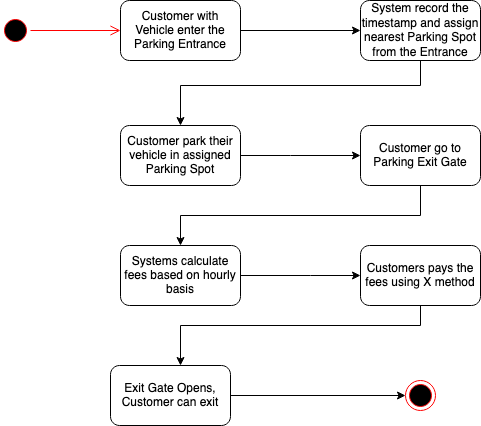
This is diagrams/user-journey-system-flow.png from zhorifiandi/LLD, a draw.io export, as it was before one commit. Source tidied: cells renumbered, new cells last; positions are measured from the earlier drawing's top-left corner, leaving out a move shared by most shapes. Source of this version:
```xml
<mxGraphModel>
  <root>
    <mxCell id="0" />
    <mxCell id="1" parent="0" />
    <mxCell id="2" style="ellipse;html=1;shape=startState;fillColor=#000000;strokeColor=#ff0000;" parent="1" vertex="1">
      <mxGeometry y="15" width="30" height="30" as="geometry" />
    </mxCell>
    <mxCell id="3" style="edgeStyle=orthogonalEdgeStyle;html=1;verticalAlign=bottom;endArrow=open;endSize=8;strokeColor=#ff0000;rounded=0;entryX=0;entryY=0.5;entryDx=0;entryDy=0;" parent="1" edge="1" source="2" target="5">
      <mxGeometry relative="1" as="geometry" />
    </mxCell>
    <mxCell id="4" style="edgeStyle=orthogonalEdgeStyle;rounded=0;jettySize=auto;html=1;" parent="1" edge="1" source="5" target="7">
      <mxGeometry relative="1" as="geometry" />
    </mxCell>
    <mxCell id="5" value="Customer with Vehicle enter the Parking Entrance" style="rounded=1;whiteSpace=wrap;html=1;" parent="1" vertex="1">
      <mxGeometry x="120" width="120" height="60" as="geometry" />
    </mxCell>
    <mxCell id="6" style="edgeStyle=orthogonalEdgeStyle;rounded=0;jettySize=auto;html=1;" parent="1" edge="1" source="7" target="9">
      <mxGeometry relative="1" as="geometry">
        <Array as="points">
          <mxPoint x="420" y="85" />
          <mxPoint x="180" y="85" />
        </Array>
      </mxGeometry>
    </mxCell>
    <mxCell id="7" value="System record the timestamp and assign nearest Parking Spot from the Entrance" style="rounded=1;whiteSpace=wrap;html=1;" parent="1" vertex="1">
      <mxGeometry x="360" width="120" height="60" as="geometry" />
    </mxCell>
    <mxCell id="8" style="edgeStyle=orthogonalEdgeStyle;rounded=0;jettySize=auto;html=1;" parent="1" edge="1" source="9" target="11">
      <mxGeometry relative="1" as="geometry">
        <Array as="points">
          <mxPoint x="290" y="155" />
          <mxPoint x="290" y="155" />
        </Array>
      </mxGeometry>
    </mxCell>
    <mxCell id="9" value="Customer park their vehicle in assigned Parking Spot" style="rounded=1;whiteSpace=wrap;html=1;" parent="1" vertex="1">
      <mxGeometry x="120" y="125" width="120" height="60" as="geometry" />
    </mxCell>
    <mxCell id="10" style="edgeStyle=orthogonalEdgeStyle;rounded=0;jettySize=auto;html=1;" parent="1" edge="1" source="11" target="13">
      <mxGeometry relative="1" as="geometry">
        <Array as="points">
          <mxPoint x="420" y="215" />
          <mxPoint x="180" y="215" />
        </Array>
      </mxGeometry>
    </mxCell>
    <mxCell id="11" value="Customer go to Parking Exit Gate" style="rounded=1;whiteSpace=wrap;html=1;" parent="1" vertex="1">
      <mxGeometry x="360" y="125" width="120" height="60" as="geometry" />
    </mxCell>
    <mxCell id="12" style="edgeStyle=orthogonalEdgeStyle;rounded=0;jettySize=auto;html=1;" parent="1" edge="1" source="13" target="15">
      <mxGeometry relative="1" as="geometry">
        <Array as="points">
          <mxPoint x="310" y="275" />
          <mxPoint x="310" y="275" />
        </Array>
      </mxGeometry>
    </mxCell>
    <mxCell id="13" value="Systems calculate fees based on hourly basis" style="rounded=1;whiteSpace=wrap;html=1;" parent="1" vertex="1">
      <mxGeometry x="120" y="245" width="120" height="60" as="geometry" />
    </mxCell>
    <mxCell id="14" style="edgeStyle=orthogonalEdgeStyle;rounded=0;jettySize=auto;html=1;" parent="1" edge="1" source="15" target="17">
      <mxGeometry relative="1" as="geometry">
        <Array as="points">
          <mxPoint x="420" y="325" />
          <mxPoint x="180" y="325" />
        </Array>
      </mxGeometry>
    </mxCell>
    <mxCell id="15" value="Customers pays the fees using X method" style="rounded=1;whiteSpace=wrap;html=1;" parent="1" vertex="1">
      <mxGeometry x="360" y="245" width="120" height="60" as="geometry" />
    </mxCell>
    <mxCell id="16" style="edgeStyle=orthogonalEdgeStyle;rounded=0;jettySize=auto;html=1;exitX=1;exitY=0.5;exitDx=0;exitDy=0;entryX=0;entryY=0.5;entryDx=0;entryDy=0;" parent="1" edge="1" source="17" target="18">
      <mxGeometry relative="1" as="geometry" />
    </mxCell>
    <mxCell id="17" value="Exit Gate Opens, Customer can exit" style="rounded=1;whiteSpace=wrap;html=1;" parent="1" vertex="1">
      <mxGeometry x="110" y="365" width="120" height="60" as="geometry" />
    </mxCell>
    <mxCell id="18" style="ellipse;html=1;shape=endState;fillColor=#000000;strokeColor=#ff0000;" parent="1" vertex="1">
      <mxGeometry x="405" y="380" width="30" height="30" as="geometry" />
    </mxCell>
  </root>
</mxGraphModel>
```
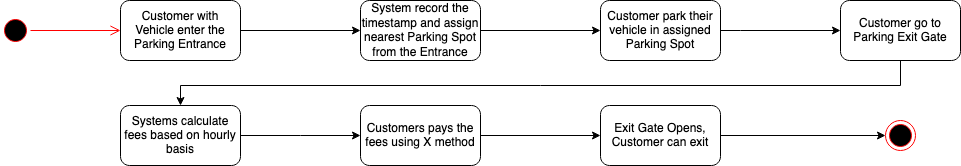
After the change.

What changed in the source:
```diff
@@ -17,66 +17,61 @@
     <mxCell id="6" style="edgeStyle=orthogonalEdgeStyle;rounded=0;jettySize=auto;html=1;" parent="1" edge="1" source="7" target="9">
       <mxGeometry relative="1" as="geometry">
         <Array as="points">
-          <mxPoint x="420" y="85" />
-          <mxPoint x="180" y="85" />
+          <mxPoint x="480" y="30" />
+          <mxPoint x="480" y="30" />
         </Array>
       </mxGeometry>
     </mxCell>
     <mxCell id="7" value="System record the timestamp and assign nearest Parking Spot from the Entrance" style="rounded=1;whiteSpace=wrap;html=1;" parent="1" vertex="1">
       <mxGeometry x="360" width="120" height="60" as="geometry" />
     </mxCell>
-    <mxCell id="8" style="edgeStyle=orthogonalEdgeStyle;rounded=0;jettySize=auto;html=1;" parent="1" edge="1" source="9" target="11">
+    <mxCell id="8" style="edgeStyle=orthogonalEdgeStyle;rounded=0;jettySize=auto;html=1;exitX=1;exitY=0.5;exitDx=0;exitDy=0;" parent="1" edge="1" source="9" target="11">
       <mxGeometry relative="1" as="geometry">
         <Array as="points">
-          <mxPoint x="290" y="155" />
-          <mxPoint x="290" y="155" />
+          <mxPoint x="740" y="30" />
+          <mxPoint x="740" y="30" />
         </Array>
       </mxGeometry>
     </mxCell>
     <mxCell id="9" value="Customer park their vehicle in assigned Parking Spot" style="rounded=1;whiteSpace=wrap;html=1;" parent="1" vertex="1">
-      <mxGeometry x="120" y="125" width="120" height="60" as="geometry" />
+      <mxGeometry x="600" width="120" height="60" as="geometry" />
     </mxCell>
     <mxCell id="10" style="edgeStyle=orthogonalEdgeStyle;rounded=0;jettySize=auto;html=1;" parent="1" edge="1" source="11" target="13">
       <mxGeometry relative="1" as="geometry">
         <Array as="points">
-          <mxPoint x="420" y="215" />
-          <mxPoint x="180" y="215" />
+          <mxPoint x="900" y="85" />
+          <mxPoint x="180" y="85" />
         </Array>
       </mxGeometry>
     </mxCell>
     <mxCell id="11" value="Customer go to Parking Exit Gate" style="rounded=1;whiteSpace=wrap;html=1;" parent="1" vertex="1">
-      <mxGeometry x="360" y="125" width="120" height="60" as="geometry" />
+      <mxGeometry x="840" width="120" height="60" as="geometry" />
     </mxCell>
     <mxCell id="12" style="edgeStyle=orthogonalEdgeStyle;rounded=0;jettySize=auto;html=1;" parent="1" edge="1" source="13" target="15">
       <mxGeometry relative="1" as="geometry">
         <Array as="points">
-          <mxPoint x="310" y="275" />
-          <mxPoint x="310" y="275" />
+          <mxPoint x="300" y="135" />
+          <mxPoint x="300" y="135" />
         </Array>
       </mxGeometry>
     </mxCell>
     <mxCell id="13" value="Systems calculate fees based on hourly basis" style="rounded=1;whiteSpace=wrap;html=1;" parent="1" vertex="1">
-      <mxGeometry x="120" y="245" width="120" height="60" as="geometry" />
+      <mxGeometry x="120" y="105" width="120" height="60" as="geometry" />
     </mxCell>
-    <mxCell id="14" style="edgeStyle=orthogonalEdgeStyle;rounded=0;jettySize=auto;html=1;" parent="1" edge="1" source="15" target="17">
-      <mxGeometry relative="1" as="geometry">
-        <Array as="points">
-          <mxPoint x="420" y="325" />
-          <mxPoint x="180" y="325" />
-        </Array>
-      </mxGeometry>
+    <mxCell id="14" style="edgeStyle=orthogonalEdgeStyle;rounded=0;jettySize=auto;html=1;exitX=1;exitY=0.5;exitDx=0;exitDy=0;" parent="1" edge="1" source="15" target="17">
+      <mxGeometry relative="1" as="geometry" />
     </mxCell>
     <mxCell id="15" value="Customers pays the fees using X method" style="rounded=1;whiteSpace=wrap;html=1;" parent="1" vertex="1">
-      <mxGeometry x="360" y="245" width="120" height="60" as="geometry" />
+      <mxGeometry x="360" y="105" width="120" height="60" as="geometry" />
     </mxCell>
     <mxCell id="16" style="edgeStyle=orthogonalEdgeStyle;rounded=0;jettySize=auto;html=1;exitX=1;exitY=0.5;exitDx=0;exitDy=0;entryX=0;entryY=0.5;entryDx=0;entryDy=0;" parent="1" edge="1" source="17" target="18">
       <mxGeometry relative="1" as="geometry" />
     </mxCell>
     <mxCell id="17" value="Exit Gate Opens, Customer can exit" style="rounded=1;whiteSpace=wrap;html=1;" parent="1" vertex="1">
-      <mxGeometry x="110" y="365" width="120" height="60" as="geometry" />
+      <mxGeometry x="600" y="105" width="120" height="60" as="geometry" />
     </mxCell>
     <mxCell id="18" style="ellipse;html=1;shape=endState;fillColor=#000000;strokeColor=#ff0000;" parent="1" vertex="1">
-      <mxGeometry x="405" y="380" width="30" height="30" as="geometry" />
+      <mxGeometry x="885" y="120" width="30" height="30" as="geometry" />
     </mxCell>
   </root>
 </mxGraphModel>
```
